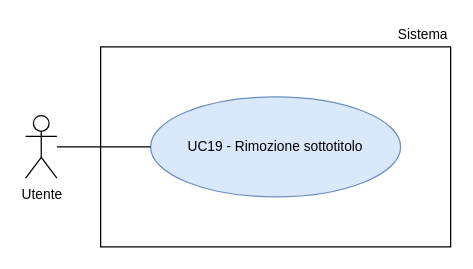
Earlier version of the draw.io diagram RTB/doc_esterna/analisi-dei-requisiti/assets/draw.io/UC19.drawio (thebitless-group-swe/thebitless.github.io). Source tidied: cells renumbered, new cells numbered last; positions are measured from the earlier drawing's top-left corner, leaving out a move shared by most shapes. Both pictures are drawn from the tidied source at 125%, with x=0, y=0 at pixel (25, 21).
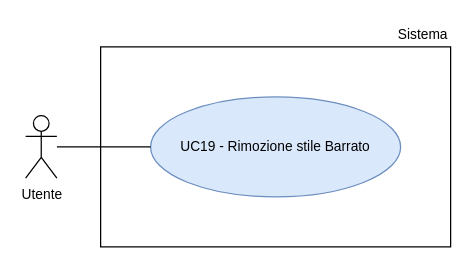
Above is the later version.

What changed in the source:
```diff
@@
 <mxGraphModel>
   <root>
     <mxCell id="0" />
     <mxCell id="1" parent="0" />
     <mxCell id="2" value="Utente" style="shape=umlActor;verticalLabelPosition=bottom;verticalAlign=top;html=1;outlineConnect=0;fontSize=11;" parent="1" vertex="1">
       <mxGeometry y="75" width="25" height="50" as="geometry" />
     </mxCell>
     <mxCell id="3" style="rounded=0;whiteSpace=wrap;html=1;strokeWidth=1;" parent="1" vertex="1">
       <mxGeometry x="60" y="20" width="280" height="160" as="geometry" />
     </mxCell>
     <mxCell id="4" value="Sistema" style="text;html=1;whiteSpace=wrap;strokeColor=none;fillColor=none;align=right;verticalAlign=middle;fontSize=11;" parent="1" vertex="1">
       <mxGeometry x="270" width="70" height="20" as="geometry" />
     </mxCell>
-    <mxCell id="5" value="UC19 - Rimozione sottotitolo" style="ellipse;whiteSpace=wrap;html=1;fillColor=#dae8fc;strokeColor=#6c8ebf;fontSize=11;" parent="1" vertex="1">
+    <mxCell id="5" value="UC19 - Rimozione stile Barrato" style="ellipse;whiteSpace=wrap;html=1;fillColor=#dae8fc;strokeColor=#6c8ebf;fontSize=11;" parent="1" vertex="1">
       <mxGeometry x="100" y="60" width="200" height="80" as="geometry" />
     </mxCell>
     <mxCell id="6" style="edgeStyle=none;rounded=0;jettySize=auto;html=1;endArrow=none;endFill=0;" parent="1" edge="1" source="2" target="5">
       <mxGeometry relative="1" as="geometry" />
     </mxCell>
   </root>
 </mxGraphModel>
```
